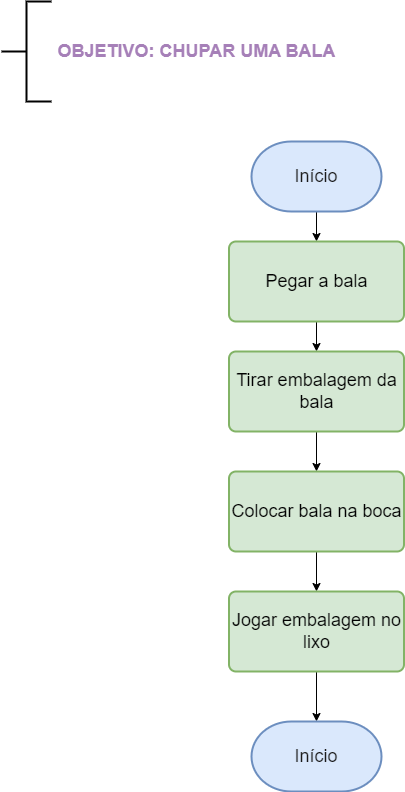
The draw.io diagram Fluxograma - chupar um bala.drawio.png in Andresa43/Fluxogramas, before a commit. Source tidied: cells renumbered, new cells last; positions are measured from the earlier drawing's top-left corner, leaving out a move shared by most shapes.
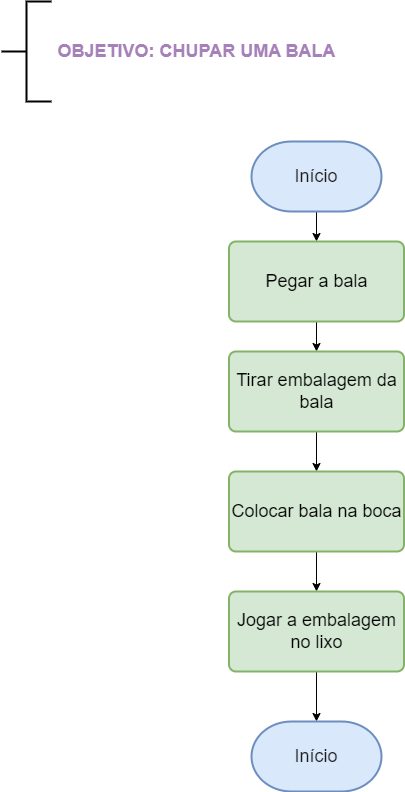
After the commit.

What changed in the source:
```diff
@@ -35,7 +35,7 @@
     <mxCell id="12" style="edgeStyle=orthogonalEdgeStyle;rounded=0;jettySize=auto;html=1;fontSize=18;fontColor=#1A1A1A;" parent="1" edge="1" source="13" target="14">
       <mxGeometry relative="1" as="geometry" />
     </mxCell>
-    <mxCell id="13" value="Jogar embalagem no lixo" style="rounded=1;whiteSpace=wrap;html=1;absoluteArcSize=1;arcSize=14;strokeWidth=2;fontSize=18;fillColor=#d5e8d4;strokeColor=#82b366;" parent="1" vertex="1">
+    <mxCell id="13" value="Jogar a embalagem no lixo" style="rounded=1;whiteSpace=wrap;html=1;absoluteArcSize=1;arcSize=14;strokeWidth=2;fontSize=18;fillColor=#d5e8d4;strokeColor=#82b366;" parent="1" vertex="1">
       <mxGeometry x="227.5" y="590" width="175" height="80" as="geometry" />
     </mxCell>
     <mxCell id="14" value="&lt;font color=&quot;#1a1a1a&quot;&gt;Início&lt;/font&gt;" style="strokeWidth=2;html=1;shape=mxgraph.flowchart.terminator;whiteSpace=wrap;fontSize=18;fillColor=#dae8fc;strokeColor=#6c8ebf;" parent="1" vertex="1">
```
